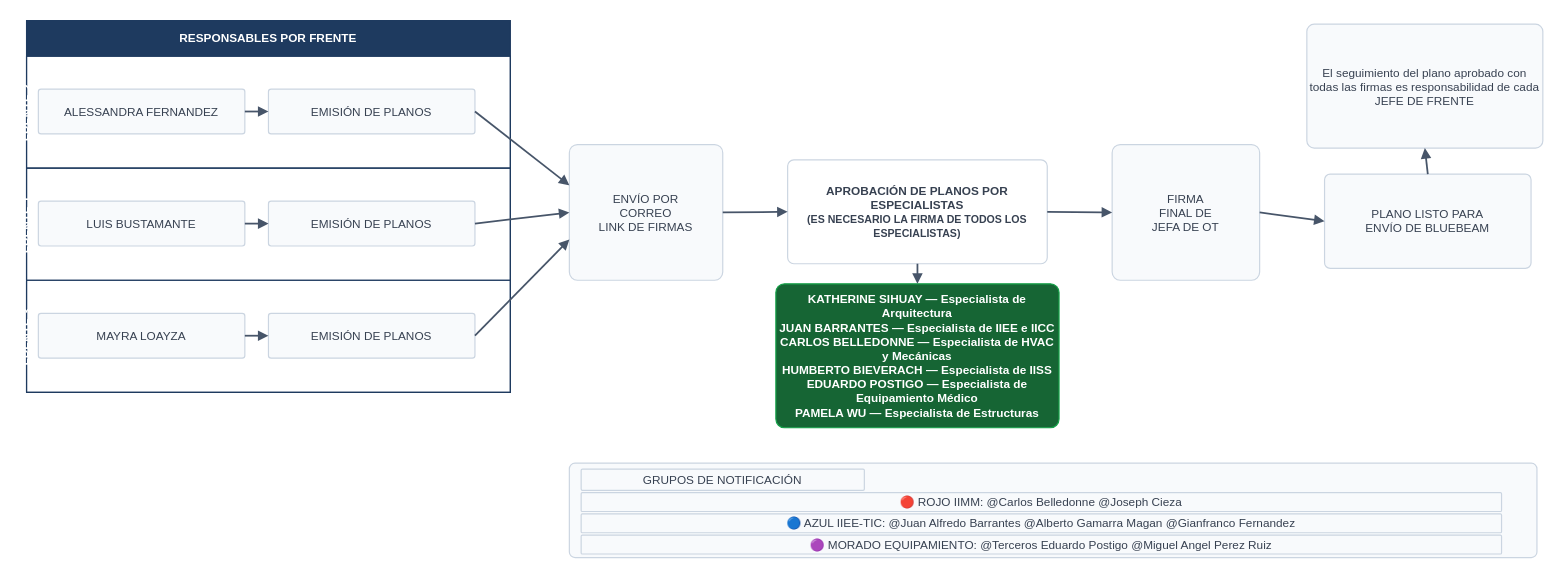
Above: flujogramas_v2/FS_Planos_THSSB.drawio in ehchavezm-hub/15-otazangaro (draw.io), before the change. Source tidied: cells renumbered, new cells numbered last; positions are measured from the earlier drawing's top-left corner, leaving out a move shared by most shapes. Both pictures are drawn from the tidied source at 118%, with x=0, y=0 at pixel (26, 20).
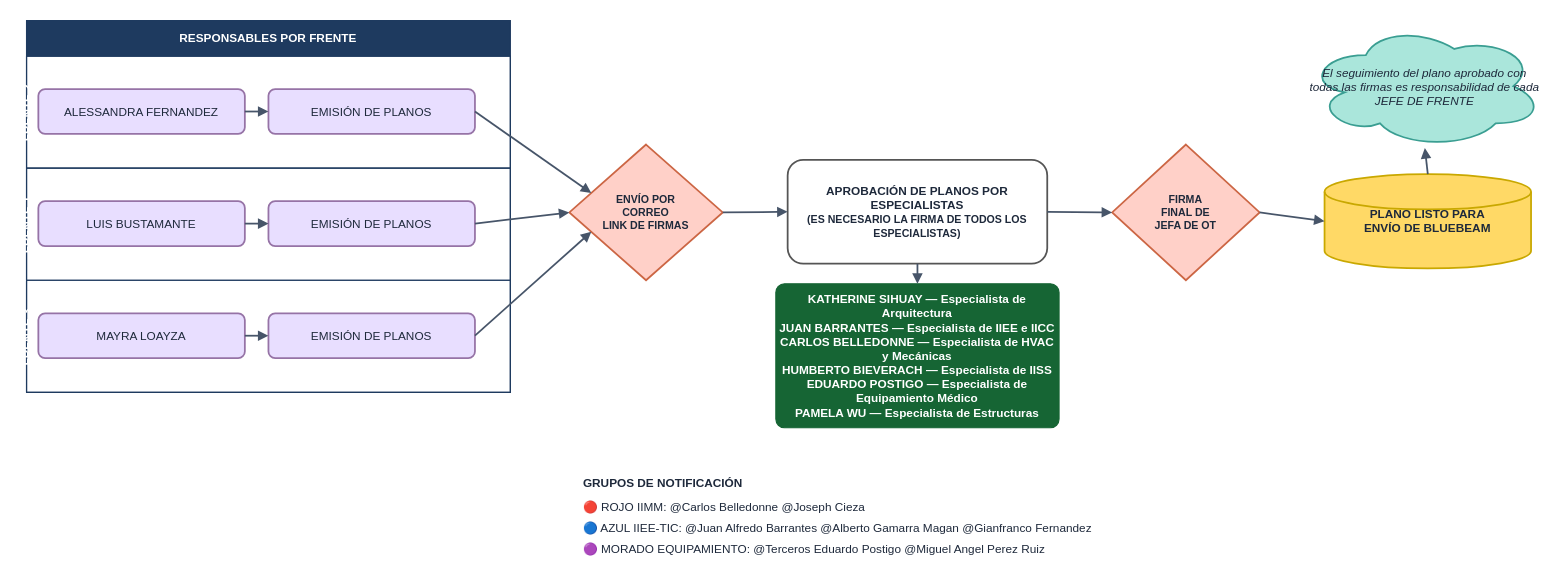
After the change.

What changed in the source:
```diff
@@
-    <mxCell id="2" value="RESPONSABLES POR FRENTE" style="swimlane;startSize=30;swimlaneLine=1;fillColor=#1E3A5F;strokeColor=#1E3A5F;fontColor=#FFFFFF;fontFamily=Helvetica;fontSize=10;fontStyle=1;horizontal=1;" parent="1" vertex="1">
+    <mxCell id="2" value="RESPONSABLES POR FRENTE" style="swimlane;startSize=30;startFill=1;swimlaneLine=1;fillColor=#1E3A5F;strokeColor=#1E3A5F;fontColor=#FFFFFF;fontFamily=Helvetica;fontSize=10;fontStyle=1;horizontal=1;" parent="1" vertex="1">
       <mxGeometry width="410" height="315" as="geometry" />
     </mxCell>
-    <mxCell id="3" value="FRENTE 2" style="swimlane;startSize=0;swimlaneLine=1;fillColor=#1E3A5F;strokeColor=#1E3A5F;fontColor=#FFFFFF;fontFamily=Helvetica;fontSize=10;fontStyle=1;horizontal=0;" parent="2" vertex="1">
+    <mxCell id="3" value="FRENTE 2" style="swimlane;startSize=0;startFill=1;swimlaneLine=1;fillColor=#1E3A5F;strokeColor=#1E3A5F;fontColor=#FFFFFF;fontFamily=Helvetica;fontSize=10;fontStyle=1;horizontal=0;" parent="2" vertex="1">
       <mxGeometry y="30" width="410" height="95" as="geometry" />
     </mxCell>
-    <mxCell id="4" value="ALESSANDRA FERNANDEZ" style="rounded=1;arcSize=6;whiteSpace=wrap;html=1;fontFamily=Helvetica;fontSize=10;fontStyle=0;fillColor=#F8FAFC;strokeColor=#CBD5E1;fontColor=#374151;" parent="3" vertex="1">
+    <mxCell id="4" value="ALESSANDRA FERNANDEZ" style="rounded=1;whiteSpace=wrap;html=1;fillColor=#E8DEFF;strokeColor=#9673A6;fontColor=#1E293B;fontSize=10;strokeWidth=1.5;fontFamily=Helvetica;" parent="3" vertex="1">
       <mxGeometry x="10" y="28" width="175" height="38" as="geometry" />
     </mxCell>
-    <mxCell id="5" value="EMISIÓN DE PLANOS" style="rounded=1;arcSize=6;whiteSpace=wrap;html=1;fontFamily=Helvetica;fontSize=10;fontStyle=0;fillColor=#F8FAFC;strokeColor=#CBD5E1;fontColor=#374151;" parent="3" vertex="1">
+    <mxCell id="5" value="EMISIÓN DE PLANOS" style="rounded=1;whiteSpace=wrap;html=1;fillColor=#E8DEFF;strokeColor=#9673A6;fontColor=#1E293B;fontSize=10;strokeWidth=1.5;fontFamily=Helvetica;" parent="3" vertex="1">
       <mxGeometry x="205" y="28" width="175" height="38" as="geometry" />
     </mxCell>
-    <mxCell id="6" value="FRENTE 1" style="swimlane;startSize=0;swimlaneLine=1;fillColor=#1E3A5F;strokeColor=#1E3A5F;fontColor=#FFFFFF;fontFamily=Helvetica;fontSize=10;fontStyle=1;horizontal=0;" parent="2" vertex="1">
+    <mxCell id="6" value="FRENTE 1" style="swimlane;startSize=0;startFill=1;swimlaneLine=1;fillColor=#1E3A5F;strokeColor=#1E3A5F;fontColor=#FFFFFF;fontFamily=Helvetica;fontSize=10;fontStyle=1;horizontal=0;" parent="2" vertex="1">
       <mxGeometry y="125" width="410" height="95" as="geometry" />
     </mxCell>
-    <mxCell id="7" value="LUIS BUSTAMANTE" style="rounded=1;arcSize=6;whiteSpace=wrap;html=1;fontFamily=Helvetica;fontSize=10;fontStyle=0;fillColor=#F8FAFC;strokeColor=#CBD5E1;fontColor=#374151;" parent="6" vertex="1">
+    <mxCell id="7" value="LUIS BUSTAMANTE" style="rounded=1;whiteSpace=wrap;html=1;fillColor=#E8DEFF;strokeColor=#9673A6;fontColor=#1E293B;fontSize=10;strokeWidth=1.5;fontFamily=Helvetica;" parent="6" vertex="1">
       <mxGeometry x="10" y="28" width="175" height="38" as="geometry" />
     </mxCell>
-    <mxCell id="8" value="EMISIÓN DE PLANOS" style="rounded=1;arcSize=6;whiteSpace=wrap;html=1;fontFamily=Helvetica;fontSize=10;fontStyle=0;fillColor=#F8FAFC;strokeColor=#CBD5E1;fontColor=#374151;" parent="6" vertex="1">
+    <mxCell id="8" value="EMISIÓN DE PLANOS" style="rounded=1;whiteSpace=wrap;html=1;fillColor=#E8DEFF;strokeColor=#9673A6;fontColor=#1E293B;fontSize=10;strokeWidth=1.5;fontFamily=Helvetica;" parent="6" vertex="1">
       <mxGeometry x="205" y="28" width="175" height="38" as="geometry" />
     </mxCell>
-    <mxCell id="9" value="FRENTE 3" style="swimlane;startSize=0;swimlaneLine=1;fillColor=#1E3A5F;strokeColor=#1E3A5F;fontColor=#FFFFFF;fontFamily=Helvetica;fontSize=10;fontStyle=1;horizontal=0;" parent="2" vertex="1">
+    <mxCell id="9" value="FRENTE 3" style="swimlane;startSize=0;startFill=1;swimlaneLine=1;fillColor=#1E3A5F;strokeColor=#1E3A5F;fontColor=#FFFFFF;fontFamily=Helvetica;fontSize=10;fontStyle=1;horizontal=0;" parent="2" vertex="1">
       <mxGeometry y="220" width="410" height="95" as="geometry" />
     </mxCell>
-    <mxCell id="10" value="MAYRA LOAYZA" style="rounded=1;arcSize=6;whiteSpace=wrap;html=1;fontFamily=Helvetica;fontSize=10;fontStyle=0;fillColor=#F8FAFC;strokeColor=#CBD5E1;fontColor=#374151;" parent="9" vertex="1">
+    <mxCell id="10" value="MAYRA LOAYZA" style="rounded=1;whiteSpace=wrap;html=1;fillColor=#E8DEFF;strokeColor=#9673A6;fontColor=#1E293B;fontSize=10;strokeWidth=1.5;fontFamily=Helvetica;" parent="9" vertex="1">
       <mxGeometry x="10" y="28" width="175" height="38" as="geometry" />
     </mxCell>
-    <mxCell id="11" value="EMISIÓN DE PLANOS" style="rounded=1;arcSize=6;whiteSpace=wrap;html=1;fontFamily=Helvetica;fontSize=10;fontStyle=0;fillColor=#F8FAFC;strokeColor=#CBD5E1;fontColor=#374151;" parent="9" vertex="1">
+    <mxCell id="11" value="EMISIÓN DE PLANOS" style="rounded=1;whiteSpace=wrap;html=1;fillColor=#E8DEFF;strokeColor=#9673A6;fontColor=#1E293B;fontSize=10;strokeWidth=1.5;fontFamily=Helvetica;" parent="9" vertex="1">
       <mxGeometry x="205" y="28" width="175" height="38" as="geometry" />
     </mxCell>
-    <mxCell id="12" value="ENVÍO POR&lt;br/&gt;CORREO&lt;br/&gt;LINK DE FIRMAS" style="rounded=1;arcSize=6;whiteSpace=wrap;html=1;fontFamily=Helvetica;fontSize=10;fontStyle=0;fillColor=#F8FAFC;strokeColor=#CBD5E1;fontColor=#374151;" parent="1" vertex="1">
+    <mxCell id="12" value="ENVÍO POR&lt;br/&gt;CORREO&lt;br/&gt;LINK DE FIRMAS" style="rhombus;whiteSpace=wrap;html=1;fillColor=#FFD0C8;strokeColor=#CC6644;fontColor=#1E293B;fontStyle=1;fontSize=9;verticalAlign=middle;strokeWidth=1.5;fontFamily=Helvetica;" parent="1" vertex="1">
       <mxGeometry x="460" y="105" width="130" height="115" as="geometry" />
     </mxCell>
-    <mxCell id="13" value="APROBACIÓN DE PLANOS POR ESPECIALISTAS&lt;br/&gt;&lt;font style=&quot;font-size:9px;&quot;&gt;(ES NECESARIO LA FIRMA DE TODOS LOS ESPECIALISTAS)&lt;/font&gt;" style="rounded=1;arcSize=6;whiteSpace=wrap;html=1;fontFamily=Helvetica;fontSize=10;fontStyle=1;fillColor=#FFFFFF;strokeColor=#CBD5E1;fontColor=#374151;" parent="1" vertex="1">
+    <mxCell id="13" value="APROBACIÓN DE PLANOS POR ESPECIALISTAS&lt;br/&gt;&lt;font style=&quot;font-size:9px;&quot;&gt;(ES NECESARIO LA FIRMA DE TODOS LOS ESPECIALISTAS)&lt;/font&gt;" style="rounded=1;whiteSpace=wrap;html=1;fillColor=#ffffff;strokeColor=#555555;fontColor=#1E293B;fontStyle=1;fontSize=10;strokeWidth=1.5;fontFamily=Helvetica;" parent="1" vertex="1">
       <mxGeometry x="645" y="118" width="220" height="88" as="geometry" />
     </mxCell>
-    <mxCell id="14" value="&lt;b&gt;KATHERINE SIHUAY&lt;/b&gt; — Especialista de Arquitectura&lt;br/&gt;&lt;b&gt;JUAN BARRANTES&lt;/b&gt; — Especialista de IIEE e IICC&lt;br/&gt;&lt;b&gt;CARLOS BELLEDONNE&lt;/b&gt; — Especialista de HVAC y Mecánicas&lt;br/&gt;&lt;b&gt;HUMBERTO BIEVERACH&lt;/b&gt; — Especialista de IISS&lt;br/&gt;&lt;b&gt;EDUARDO POSTIGO&lt;/b&gt; — Especialista de Equipamiento Médico&lt;br/&gt;&lt;b&gt;PAMELA WU&lt;/b&gt; — Especialista de Estructuras" style="rounded=1;arcSize=6;whiteSpace=wrap;html=1;fontFamily=Helvetica;fontSize=10;fontStyle=1;fillColor=#166534;strokeColor=#16A34A;fontColor=#FFFFFF;" parent="1" vertex="1">
+    <mxCell id="14" value="&lt;b&gt;KATHERINE SIHUAY&lt;/b&gt; — Especialista de Arquitectura&lt;br/&gt;&lt;b&gt;JUAN BARRANTES&lt;/b&gt; — Especialista de IIEE e IICC&lt;br/&gt;&lt;b&gt;CARLOS BELLEDONNE&lt;/b&gt; — Especialista de HVAC y Mecánicas&lt;br/&gt;&lt;b&gt;HUMBERTO BIEVERACH&lt;/b&gt; — Especialista de IISS&lt;br/&gt;&lt;b&gt;EDUARDO POSTIGO&lt;/b&gt; — Especialista de Equipamiento Médico&lt;br/&gt;&lt;b&gt;PAMELA WU&lt;/b&gt; — Especialista de Estructuras" style="rounded=1;arcSize=6;whiteSpace=wrap;html=1;fontFamily=Helvetica;fontSize=10;fontStyle=1;fillColor=#166534;strokeColor=#166534;fontColor=#FFFFFF;" parent="1" vertex="1">
       <mxGeometry x="635" y="223" width="240" height="122" as="geometry" />
     </mxCell>
-    <mxCell id="15" value="FIRMA&lt;br/&gt;FINAL DE&lt;br/&gt;JEFA DE OT" style="rounded=1;arcSize=6;whiteSpace=wrap;html=1;fontFamily=Helvetica;fontSize=10;fontStyle=0;fillColor=#F8FAFC;strokeColor=#CBD5E1;fontColor=#374151;" parent="1" vertex="1">
+    <mxCell id="15" value="FIRMA&lt;br/&gt;FINAL DE&lt;br/&gt;JEFA DE OT" style="rhombus;whiteSpace=wrap;html=1;fillColor=#FFD0C8;strokeColor=#CC6644;fontColor=#1E293B;fontStyle=1;fontSize=9;verticalAlign=middle;strokeWidth=1.5;fontFamily=Helvetica;" parent="1" vertex="1">
       <mxGeometry x="920" y="105" width="125" height="115" as="geometry" />
     </mxCell>
-    <mxCell id="16" value="El seguimiento del plano aprobado con todas las firmas es responsabilidad de cada JEFE DE FRENTE" style="rounded=1;arcSize=6;whiteSpace=wrap;html=1;fontFamily=Helvetica;fontSize=10;fontStyle=0;fillColor=#F8FAFC;strokeColor=#CBD5E1;fontColor=#374151;" parent="1" vertex="1">
+    <mxCell id="16" value="El seguimiento del plano aprobado con todas las firmas es responsabilidad de cada JEFE DE FRENTE" style="shape=cloud;whiteSpace=wrap;html=1;fillColor=#AAE6DB;strokeColor=#3a9e92;fontColor=#1E293B;fontSize=10;fontStyle=2;strokeWidth=1.5;fontFamily=Helvetica;" parent="1" vertex="1">
       <mxGeometry x="1085" y="3" width="200" height="105" as="geometry" />
     </mxCell>
-    <mxCell id="17" value="PLANO LISTO PARA&lt;br/&gt;ENVÍO DE BLUEBEAM" style="rounded=1;arcSize=6;whiteSpace=wrap;html=1;fontFamily=Helvetica;fontSize=10;fontStyle=0;fillColor=#F8FAFC;strokeColor=#CBD5E1;fontColor=#374151;" parent="1" vertex="1">
+    <mxCell id="17" value="PLANO LISTO PARA&lt;br/&gt;ENVÍO DE BLUEBEAM" style="shape=cylinder3;whiteSpace=wrap;html=1;fillColor=#FFD966;strokeColor=#C9A800;fontColor=#1E293B;fontStyle=1;fontSize=10;verticalAlign=middle;strokeWidth=1.5;fontFamily=Helvetica;" parent="1" vertex="1">
       <mxGeometry x="1100" y="130" width="175" height="80" as="geometry" />
     </mxCell>
-    <mxCell id="18" style="rounded=1;arcSize=6;whiteSpace=wrap;html=1;fontFamily=Helvetica;fontSize=10;fontStyle=0;fillColor=#F8FAFC;strokeColor=#CBD5E1;fontColor=#374151;" parent="1" vertex="1">
+    <mxCell id="18" style="fillColor=none;strokeColor=none;" parent="1" vertex="1">
       <mxGeometry x="460" y="375" width="820" height="80" as="geometry" />
     </mxCell>
-    <mxCell id="19" value="GRUPOS DE NOTIFICACIÓN" style="rounded=1;arcSize=6;whiteSpace=wrap;html=1;fontFamily=Helvetica;fontSize=10;fontStyle=0;fillColor=#F8FAFC;strokeColor=#CBD5E1;fontColor=#374151;" parent="1" vertex="1">
+    <mxCell id="19" value="GRUPOS DE NOTIFICACIÓN" style="text;html=1;strokeColor=none;fillColor=none;fontStyle=1;fontSize=10;align=left;strokeWidth=1.5;fontFamily=Helvetica;fontColor=#1E293B;whiteSpace=wrap;" parent="1" vertex="1">
       <mxGeometry x="470" y="380" width="240" height="18" as="geometry" />
     </mxCell>
-    <mxCell id="20" value="🔴  ROJO IIMM: @Carlos Belledonne  @Joseph Cieza" style="rounded=1;arcSize=6;whiteSpace=wrap;html=1;fontFamily=Helvetica;fontSize=10;fontStyle=0;fillColor=#F8FAFC;strokeColor=#CBD5E1;fontColor=#374151;" parent="1" vertex="1">
+    <mxCell id="20" value="🔴  ROJO IIMM: @Carlos Belledonne  @Joseph Cieza" style="text;html=1;strokeColor=none;fillColor=none;fontSize=10;align=left;fontColor=#1E293B;strokeWidth=1.5;fontFamily=Helvetica;whiteSpace=wrap;" parent="1" vertex="1">
       <mxGeometry x="470" y="400" width="780" height="16" as="geometry" />
     </mxCell>
-    <mxCell id="21" value="🔵  AZUL IIEE-TIC: @Juan Alfredo Barrantes  @Alberto Gamarra Magan  @Gianfranco Fernandez" style="rounded=1;arcSize=6;whiteSpace=wrap;html=1;fontFamily=Helvetica;fontSize=10;fontStyle=0;fillColor=#F8FAFC;strokeColor=#CBD5E1;fontColor=#374151;" parent="1" vertex="1">
+    <mxCell id="21" value="🔵  AZUL IIEE-TIC: @Juan Alfredo Barrantes  @Alberto Gamarra Magan  @Gianfranco Fernandez" style="text;html=1;strokeColor=none;fillColor=none;fontSize=10;align=left;fontColor=#1E293B;strokeWidth=1.5;fontFamily=Helvetica;whiteSpace=wrap;" parent="1" vertex="1">
       <mxGeometry x="470" y="418" width="780" height="16" as="geometry" />
     </mxCell>
-    <mxCell id="22" value="🟣  MORADO EQUIPAMIENTO: @Terceros Eduardo Postigo  @Miguel Angel Perez Ruiz" style="rounded=1;arcSize=6;whiteSpace=wrap;html=1;fontFamily=Helvetica;fontSize=10;fontStyle=0;fillColor=#F8FAFC;strokeColor=#CBD5E1;fontColor=#374151;" parent="1" vertex="1">
+    <mxCell id="22" value="🟣  MORADO EQUIPAMIENTO: @Terceros Eduardo Postigo  @Miguel Angel Perez Ruiz" style="text;html=1;strokeColor=none;fillColor=none;fontSize=10;align=left;fontColor=#1E293B;strokeWidth=1.5;fontFamily=Helvetica;whiteSpace=wrap;" parent="1" vertex="1">
       <mxGeometry x="470" y="436" width="780" height="16" as="geometry" />
     </mxCell>
```
